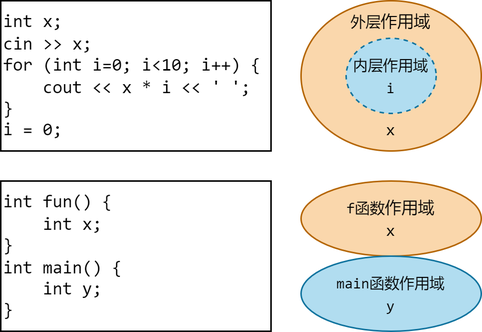
This is images/generalized_parts/04_block_scope_and_function_scope.drawio.png from cppHusky/cppHusky-cpp-Tutorial, a draw.io export, as it was before one commit. Source tidied: cells renumbered, new cells last; positions are measured from the earlier drawing's top-left corner, leaving out a move shared by most shapes. Its diagram source:
```xml
<mxGraphModel>
  <root>
    <mxCell id="0" />
    <mxCell id="1" parent="0" />
    <mxCell id="2" value="&lt;font face=&quot;consolas&quot;&gt;int x;&lt;br&gt;cin &amp;gt;&amp;gt; x;&lt;br&gt;for (int i=0; i&amp;lt;10; i++) {&lt;br&gt;&amp;nbsp; &amp;nbsp; cout &amp;lt;&amp;lt; x * i &amp;lt;&amp;lt; ' ';&lt;br&gt;}&lt;br&gt;i = 0;&lt;br&gt;&lt;/font&gt;" style="text;html=1;strokeColor=default;fillColor=none;align=left;verticalAlign=middle;whiteSpace=wrap;rounded=0;" parent="1" vertex="1">
      <mxGeometry width="180" height="100" as="geometry" />
    </mxCell>
    <mxCell id="3" value="&lt;font style=&quot;&quot; face=&quot;consolas&quot;&gt;&lt;font style=&quot;font-size: 10px;&quot;&gt;外层&lt;/font&gt;&lt;span style=&quot;font-size: 11px;&quot;&gt;作用域&lt;br&gt;&lt;/span&gt;&lt;br&gt;&lt;br&gt;&lt;br&gt;&lt;br&gt;&lt;span style=&quot;font-size: 11px;&quot;&gt;x&lt;/span&gt;&lt;/font&gt;" style="ellipse;whiteSpace=wrap;html=1;fillColor=#fad7ac;strokeColor=#b46504;" parent="1" vertex="1">
      <mxGeometry x="200" width="120" height="100" as="geometry" />
    </mxCell>
    <mxCell id="4" value="&lt;font style=&quot;font-size: 10px;&quot; face=&quot;consolas&quot;&gt;内层作用域&lt;br&gt;i&lt;br&gt;&lt;/font&gt;" style="ellipse;whiteSpace=wrap;html=1;fillColor=#b1ddf0;strokeColor=#10739e;dashed=1;" parent="1" vertex="1">
      <mxGeometry x="230" y="25" width="60" height="50" as="geometry" />
    </mxCell>
    <mxCell id="5" value="&lt;font face=&quot;consolas&quot;&gt;int fun() {&lt;br&gt;&amp;nbsp; &amp;nbsp; int x;&lt;br&gt;}&lt;br&gt;int main() {&lt;br&gt;&amp;nbsp; &amp;nbsp; int y;&lt;br&gt;}&lt;br&gt;&lt;/font&gt;" style="text;html=1;strokeColor=default;fillColor=none;align=left;verticalAlign=middle;whiteSpace=wrap;rounded=0;" parent="1" vertex="1">
      <mxGeometry y="120" width="180" height="100" as="geometry" />
    </mxCell>
    <mxCell id="6" value="&lt;font style=&quot;&quot; face=&quot;consolas&quot;&gt;&lt;span style=&quot;font-size: 10px;&quot;&gt;f函数&lt;/span&gt;&lt;span style=&quot;font-size: 11px;&quot;&gt;作用域&lt;/span&gt;&lt;br&gt;&lt;span style=&quot;font-size: 11px;&quot;&gt;x&lt;/span&gt;&lt;/font&gt;" style="ellipse;whiteSpace=wrap;html=1;fillColor=#fad7ac;strokeColor=#b46504;" parent="1" vertex="1">
      <mxGeometry x="200" y="120" width="120" height="50" as="geometry" />
    </mxCell>
    <mxCell id="7" value="&lt;font style=&quot;font-size: 10px;&quot; face=&quot;consolas&quot;&gt;main函数作用域&lt;br&gt;y&lt;br&gt;&lt;/font&gt;" style="ellipse;whiteSpace=wrap;html=1;fillColor=#b1ddf0;strokeColor=#10739e;" parent="1" vertex="1">
      <mxGeometry x="200" y="170" width="120" height="50" as="geometry" />
    </mxCell>
  </root>
</mxGraphModel>
```
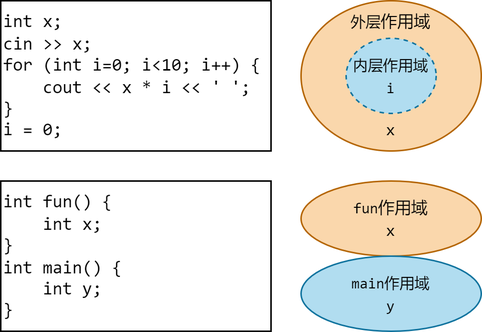
The same file after the commit.

Change to the diagram source:
```diff
@@ -14,10 +14,10 @@
     <mxCell id="5" value="&lt;font face=&quot;consolas&quot;&gt;int fun() {&lt;br&gt;&amp;nbsp; &amp;nbsp; int x;&lt;br&gt;}&lt;br&gt;int main() {&lt;br&gt;&amp;nbsp; &amp;nbsp; int y;&lt;br&gt;}&lt;br&gt;&lt;/font&gt;" style="text;html=1;strokeColor=default;fillColor=none;align=left;verticalAlign=middle;whiteSpace=wrap;rounded=0;" parent="1" vertex="1">
       <mxGeometry y="120" width="180" height="100" as="geometry" />
     </mxCell>
-    <mxCell id="6" value="&lt;font style=&quot;&quot; face=&quot;consolas&quot;&gt;&lt;span style=&quot;font-size: 10px;&quot;&gt;f函数&lt;/span&gt;&lt;span style=&quot;font-size: 11px;&quot;&gt;作用域&lt;/span&gt;&lt;br&gt;&lt;span style=&quot;font-size: 11px;&quot;&gt;x&lt;/span&gt;&lt;/font&gt;" style="ellipse;whiteSpace=wrap;html=1;fillColor=#fad7ac;strokeColor=#b46504;" parent="1" vertex="1">
+    <mxCell id="6" value="&lt;font style=&quot;&quot; face=&quot;consolas&quot;&gt;&lt;span style=&quot;font-size: 10px;&quot;&gt;fun&lt;/span&gt;&lt;span style=&quot;font-size: 11px;&quot;&gt;作用域&lt;/span&gt;&lt;br&gt;&lt;span style=&quot;font-size: 11px;&quot;&gt;x&lt;/span&gt;&lt;/font&gt;" style="ellipse;whiteSpace=wrap;html=1;fillColor=#fad7ac;strokeColor=#b46504;" parent="1" vertex="1">
       <mxGeometry x="200" y="120" width="120" height="50" as="geometry" />
     </mxCell>
-    <mxCell id="7" value="&lt;font style=&quot;font-size: 10px;&quot; face=&quot;consolas&quot;&gt;main函数作用域&lt;br&gt;y&lt;br&gt;&lt;/font&gt;" style="ellipse;whiteSpace=wrap;html=1;fillColor=#b1ddf0;strokeColor=#10739e;" parent="1" vertex="1">
+    <mxCell id="7" value="&lt;font style=&quot;font-size: 10px;&quot; face=&quot;consolas&quot;&gt;main作用域&lt;br&gt;y&lt;br&gt;&lt;/font&gt;" style="ellipse;whiteSpace=wrap;html=1;fillColor=#b1ddf0;strokeColor=#10739e;" parent="1" vertex="1">
       <mxGeometry x="200" y="170" width="120" height="50" as="geometry" />
     </mxCell>
   </root>
```
